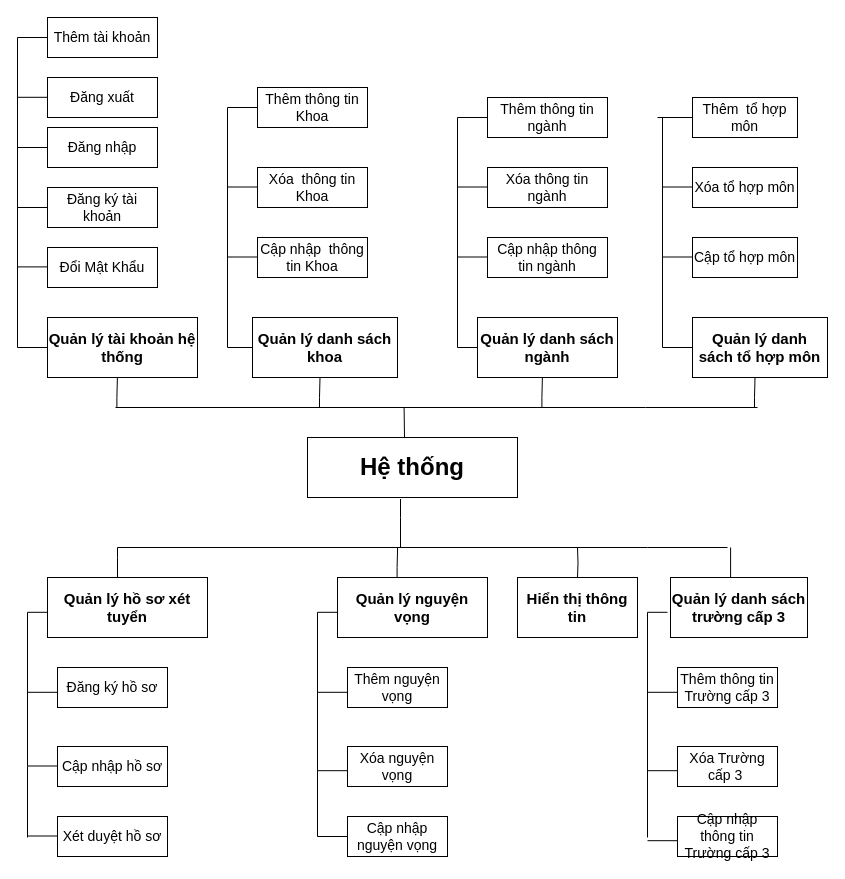
This is page "Biểu đồ phân cấp chức năng" (3 of 12) of 1. Bao Cao/DATN.drawio from truongquangkhai99/TrinhVanTu_DATN, a draw.io file, before an edit. Source tidied: cells renumbered, new cells numbered last; positions are measured from the earlier drawing's top-left corner, leaving out a move shared by most shapes. Both pictures are drawn from the tidied source at 100%, with x=0, y=0 at pixel (17, 17).
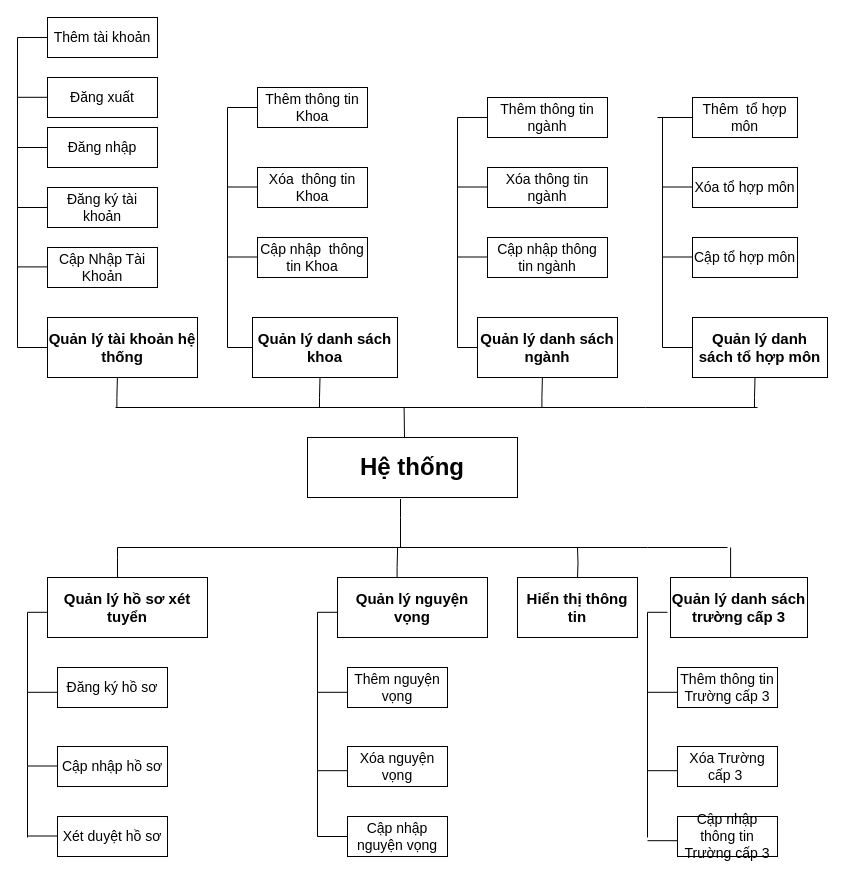
The same page after the edit.

What changed in the source:
```diff
@@
-    <mxCell id="17" value="Đổi Mật Khẩu" style="rounded=0;whiteSpace=wrap;html=1;fontSize=14;align=center;fontStyle=0;verticalAlign=middle;strokeColor=default;strokeWidth=1;" parent="1" vertex="1">
+    <mxCell id="17" value="Cập Nhập Tài Khoản" style="rounded=0;whiteSpace=wrap;html=1;fontSize=14;align=center;fontStyle=0;verticalAlign=middle;strokeColor=default;strokeWidth=1;" parent="1" vertex="1">
       <mxGeometry x="30" y="230" width="110" height="40" as="geometry" />
     </mxCell>
```
